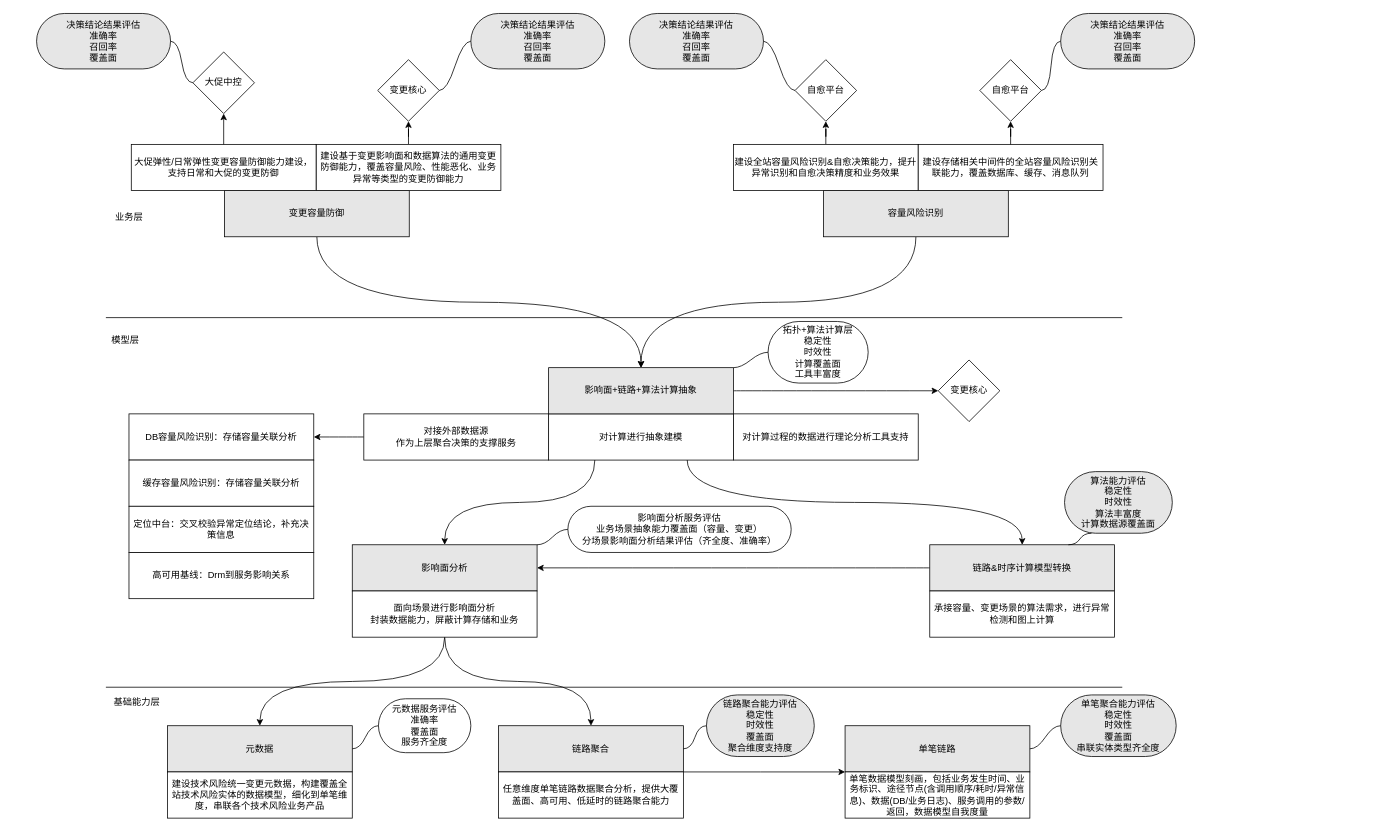
Earlier version of the draw.io diagram 蚂蚁金服/OKR组织.drawio (frankneu/draw.io). Source tidied: cells renumbered, new cells numbered last; positions are measured from the earlier drawing's top-left corner, leaving out a move shared by most shapes. Both pictures are drawn from the tidied source at 77%, with x=0, y=0 at pixel (36, 13).
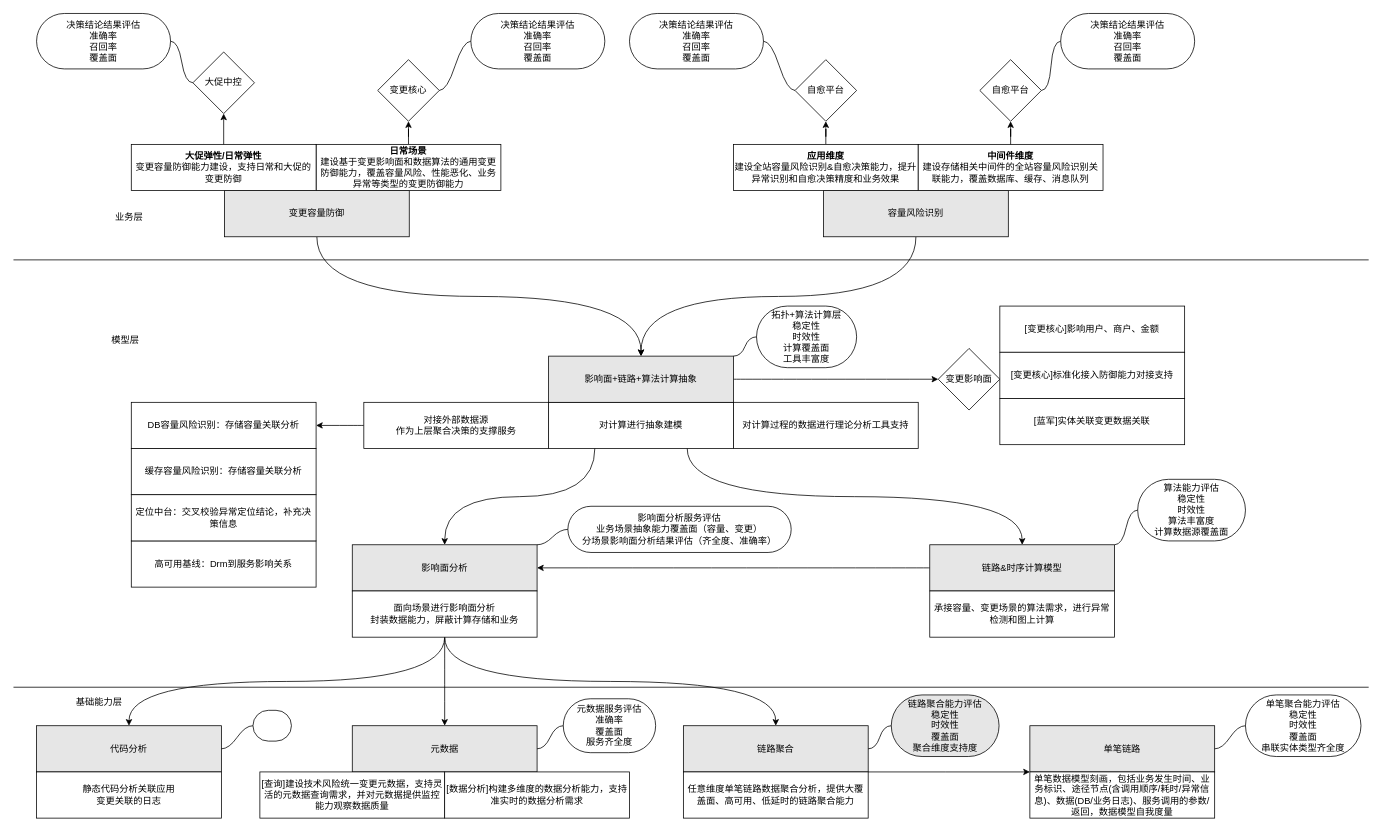
Above is the later version.

Unchanged cells that the change refers to:
```xml
<mxCell id="20" value="面向场景进行影响面分析&lt;br&gt;封装数据能力，屏蔽计算存储和业务" style="rounded=0;whiteSpace=wrap;html=1;" parent="1" vertex="1">
  <mxGeometry x="410" y="750" width="240" height="60" as="geometry" />
</mxCell>
<mxCell id="53" value="&lt;span&gt;变更核心&lt;/span&gt;" style="rhombus;whiteSpace=wrap;html=1;rounded=0;" parent="1" vertex="1">
  <mxGeometry x="443" y="60" width="80" height="80" as="geometry" />
</mxCell>
<mxCell id="54" value="自愈平台" style="rhombus;whiteSpace=wrap;html=1;rounded=0;" parent="1" vertex="1">
  <mxGeometry x="985" y="60" width="80" height="80" as="geometry" />
</mxCell>
<mxCell id="64" value="&lt;span&gt;大促中控&lt;/span&gt;" style="rhombus;whiteSpace=wrap;html=1;rounded=0;" parent="1" vertex="1">
  <mxGeometry x="203" y="50" width="80" height="80" as="geometry" />
</mxCell>
<mxCell id="69" value="自愈平台" style="rhombus;whiteSpace=wrap;html=1;rounded=0;" parent="1" vertex="1">
  <mxGeometry x="1225" y="60" width="80" height="80" as="geometry" />
</mxCell>
```

Change to the diagram source:
```diff
@@
     <mxCell id="6" value="元数据" style="rounded=0;whiteSpace=wrap;html=1;fillColor=#E6E6E6;" parent="1" vertex="1">
-      <mxGeometry x="170" y="925" width="240" height="60" as="geometry" />
+      <mxGeometry x="410" y="925" width="240" height="60" as="geometry" />
     </mxCell>
@@
     <mxCell id="8" value="链路聚合" style="rounded=0;whiteSpace=wrap;html=1;fillColor=#E6E6E6;" parent="1" vertex="1">
-      <mxGeometry x="600" y="925" width="240" height="60" as="geometry" />
+      <mxGeometry x="840" y="925" width="240" height="60" as="geometry" />
     </mxCell>
@@
-    <mxCell id="10" value="建设基于变更影响面和数据算法的通用变更防御能力，覆盖容量风险、性能恶化、业务异常等类型的变更防御能力" style="rounded=0;whiteSpace=wrap;html=1;" parent="1" vertex="1">
+    <mxCell id="10" value="&lt;b&gt;日常场景&lt;/b&gt;&lt;br&gt;建设基于变更影响面和数据算法的通用变更防御能力，覆盖容量风险、性能恶化、业务异常等类型的变更防御能力" style="rounded=0;whiteSpace=wrap;html=1;" parent="1" vertex="1">
       <mxGeometry x="363" y="170" width="240" height="60" as="geometry" />
     </mxCell>
@@
-    <mxCell id="12" value="建设全站容量风险识别&amp;amp;自愈决策能力，提升异常识别和自愈决策精度和业务效果" style="rounded=0;whiteSpace=wrap;html=1;" parent="1" vertex="1">
+    <mxCell id="12" value="&lt;b&gt;应用维度&lt;/b&gt;&lt;br&gt;建设全站容量风险识别&amp;amp;自愈决策能力，提升异常识别和自愈决策精度和业务效果" style="rounded=0;whiteSpace=wrap;html=1;" parent="1" vertex="1">
       <mxGeometry x="905" y="170" width="240" height="60" as="geometry" />
     </mxCell>
     <mxCell id="13" style="edgeStyle=orthogonalEdgeStyle;rounded=0;jettySize=auto;html=1;exitX=1;exitY=0;exitDx=0;exitDy=0;entryX=0;entryY=0;entryDx=0;entryDy=0;" parent="1" edge="1" source="14" target="17">
       <mxGeometry relative="1" as="geometry">
         <Array as="points">
-          <mxPoint x="940" y="985" />
-          <mxPoint x="940" y="985" />
+          <mxPoint x="1180" y="985" />
+          <mxPoint x="1180" y="985" />
         </Array>
       </mxGeometry>
     </mxCell>
     <mxCell id="14" value="&lt;span&gt;任意维度单笔链路数据聚合分析，提供大覆盖面、高可用、低延时的链路聚合能力&lt;/span&gt;" style="rounded=0;whiteSpace=wrap;html=1;" parent="1" vertex="1">
-      <mxGeometry x="600" y="985" width="240" height="60" as="geometry" />
+      <mxGeometry x="840" y="985" width="240" height="60" as="geometry" />
     </mxCell>
-    <mxCell id="15" value="建设技术风险统一变更元数据，构建覆盖全站技术风险实体的数据模型，细化到单笔维度，串联各个技术风险业务产品" style="rounded=0;whiteSpace=wrap;html=1;" parent="1" vertex="1">
-      <mxGeometry x="170" y="985" width="240" height="60" as="geometry" />
+    <mxCell id="15" value="[查询]建设技术风险统一变更元数据，支持灵活的元数据查询需求，并对元数据提供监控能力观察数据质量" style="rounded=0;whiteSpace=wrap;html=1;" parent="1" vertex="1">
+      <mxGeometry x="290" y="985" width="240" height="60" as="geometry" />
     </mxCell>
     <mxCell id="16" value="单笔链路" style="rounded=0;whiteSpace=wrap;html=1;fillColor=#E6E6E6;" parent="1" vertex="1">
-      <mxGeometry x="1050" y="925" width="240" height="60" as="geometry" />
+      <mxGeometry x="1290" y="925" width="240" height="60" as="geometry" />
     </mxCell>
     <mxCell id="17" value="单笔数据模型刻画，包括业务发生时间、业务标识、途径节点(含调用顺序/耗时/异常信息)、数据(DB/业务日志)、服务调用的参数/返回，数据模型自我度量" style="rounded=0;whiteSpace=wrap;html=1;" parent="1" vertex="1">
-      <mxGeometry x="1050" y="985" width="240" height="60" as="geometry" />
+      <mxGeometry x="1290" y="985" width="240" height="60" as="geometry" />
     </mxCell>
@@
+    <mxCell id="70" style="edgeStyle=orthogonalEdgeStyle;rounded=0;jettySize=auto;html=1;exitX=0.5;exitY=1;exitDx=0;exitDy=0;curved=1;" parent="1" edge="1" source="20" target="74">
+      <mxGeometry relative="1" as="geometry" />
+    </mxCell>
@@
     <mxCell id="21" value="对计算进行抽象建模" style="rounded=0;whiteSpace=wrap;html=1;" parent="1" vertex="1">
-      <mxGeometry x="665" y="520" width="240" height="60" as="geometry" />
+      <mxGeometry x="665" y="505" width="240" height="60" as="geometry" />
     </mxCell>
@@
     <mxCell id="25" value="影响面+链路+算法计算抽象" style="rounded=0;whiteSpace=wrap;html=1;fillColor=#E6E6E6;" parent="1" vertex="1">
-      <mxGeometry x="665" y="460" width="240" height="60" as="geometry" />
+      <mxGeometry x="665" y="445" width="240" height="60" as="geometry" />
     </mxCell>
@@
-    <mxCell id="27" value="链路&amp;amp;时序计算模型转换" style="rounded=0;whiteSpace=wrap;html=1;fillColor=#E6E6E6;" parent="1" vertex="1">
+    <mxCell id="27" value="链路&amp;amp;时序计算模型" style="rounded=0;whiteSpace=wrap;html=1;fillColor=#E6E6E6;" parent="1" vertex="1">
       <mxGeometry x="1160" y="690" width="240" height="60" as="geometry" />
     </mxCell>
@@
     <mxCell id="30" value="对接外部数据源&lt;br&gt;作为上层聚合决策的支撑服务" style="rounded=0;whiteSpace=wrap;html=1;fillColor=#FFFFFF;" parent="1" vertex="1">
-      <mxGeometry x="425" y="520" width="240" height="60" as="geometry" />
+      <mxGeometry x="425" y="505" width="240" height="60" as="geometry" />
     </mxCell>
     <mxCell id="31" value="DB容量风险识别：存储容量关联分析" style="rounded=0;whiteSpace=wrap;html=1;fillColor=#FFFFFF;" parent="1" vertex="1">
-      <mxGeometry x="120" y="520" width="240" height="60" as="geometry" />
+      <mxGeometry x="123" y="505" width="240" height="60" as="geometry" />
     </mxCell>
     <mxCell id="32" value="缓存容量风险识别：存储容量关联分析" style="rounded=0;whiteSpace=wrap;html=1;fillColor=#FFFFFF;" parent="1" vertex="1">
-      <mxGeometry x="120" y="580" width="240" height="60" as="geometry" />
+      <mxGeometry x="123" y="565" width="240" height="60" as="geometry" />
     </mxCell>
     <mxCell id="33" value="高可用基线：Drm到服务影响关系" style="rounded=0;whiteSpace=wrap;html=1;fillColor=#FFFFFF;" parent="1" vertex="1">
-      <mxGeometry x="120" y="700" width="240" height="60" as="geometry" />
+      <mxGeometry x="123" y="685" width="240" height="60" as="geometry" />
     </mxCell>
     <mxCell id="34" value="定位中台：交叉校验异常定位结论，补充决策信息" style="rounded=0;whiteSpace=wrap;html=1;fillColor=#FFFFFF;" parent="1" vertex="1">
-      <mxGeometry x="120" y="640" width="240" height="60" as="geometry" />
+      <mxGeometry x="123" y="625" width="240" height="60" as="geometry" />
     </mxCell>
     <mxCell id="35" style="endArrow=none;html=1;fillColor=#E6E6E6;" parent="1" edge="1">
       <mxGeometry relative="1" as="geometry">
-        <mxPoint x="90" y="395" as="sourcePoint" />
-        <mxPoint x="1410" y="395" as="targetPoint" />
+        <mxPoint x="-30" y="320" as="sourcePoint" />
+        <mxPoint x="1730" y="320" as="targetPoint" />
       </mxGeometry>
     </mxCell>
     <mxCell id="36" style="endArrow=none;html=1;fillColor=#E6E6E6;" parent="1" edge="1">
       <mxGeometry relative="1" as="geometry">
-        <mxPoint x="90" y="875" as="sourcePoint" />
-        <mxPoint x="1410" y="875" as="targetPoint" />
+        <mxPoint x="-30" y="875" as="sourcePoint" />
+        <mxPoint x="1730" y="875" as="targetPoint" />
       </mxGeometry>
     </mxCell>
@@
     <mxCell id="39" value="基础能力层" style="text;html=1;align=center;verticalAlign=middle;strokeColor=none;" parent="1" vertex="1">
-      <mxGeometry x="90" y="885" width="80" height="20" as="geometry" />
+      <mxGeometry x="41" y="885" width="80" height="20" as="geometry" />
     </mxCell>
-    <mxCell id="40" value="变更核心" style="rhombus;whiteSpace=wrap;html=1;fillColor=#FFFFFF;" parent="1" vertex="1">
-      <mxGeometry x="1171" y="450" width="80" height="80" as="geometry" />
+    <mxCell id="40" value="变更影响面" style="rhombus;whiteSpace=wrap;html=1;fillColor=#FFFFFF;" parent="1" vertex="1">
+      <mxGeometry x="1171" y="435" width="80" height="80" as="geometry" />
     </mxCell>
-    <mxCell id="41" value="决策结论结果评估&lt;br&gt;准确率&lt;br&gt;召回率&lt;br&gt;覆盖面" style="whiteSpace=wrap;html=1;rounded=1;arcSize=50;align=center;verticalAlign=middle;strokeWidth=1;spacing=4;newEdgeStyle={&quot;edgeStyle&quot;:&quot;entityRelationEdgeStyle&quot;,&quot;startArrow&quot;:&quot;none&quot;,&quot;endArrow&quot;:&quot;none&quot;,&quot;segment&quot;:10,&quot;curved&quot;:1};fillColor=#E6E6E6;" parent="1" vertex="1">
+    <mxCell id="41" value="决策结论结果评估&lt;br&gt;准确率&lt;br&gt;召回率&lt;br&gt;覆盖面" style="whiteSpace=wrap;html=1;rounded=1;arcSize=50;align=center;verticalAlign=middle;strokeWidth=1;spacing=4;newEdgeStyle={&quot;edgeStyle&quot;:&quot;entityRelationEdgeStyle&quot;,&quot;startArrow&quot;:&quot;none&quot;,&quot;endArrow&quot;:&quot;none&quot;,&quot;segment&quot;:10,&quot;curved&quot;:1};fillColor=#FFFFFF;" parent="1" vertex="1">
       <mxGeometry x="564" width="174" height="72" as="geometry" />
     </mxCell>
-    <mxCell id="42" style="edgeStyle=entityRelationEdgeStyle;startArrow=none;endArrow=none;segment=10;curved=1;exitX=1;exitY=0.5;exitDx=0;exitDy=0;" parent="1" edge="1" source="53" target="41">
+    <mxCell id="42" style="edgeStyle=entityRelationEdgeStyle;startArrow=none;endArrow=none;segment=10;curved=1;exitX=1;exitY=0.5;exitDx=0;exitDy=0;fillColor=#FFFFFF;" parent="1" edge="1" source="53" target="41">
       <mxGeometry relative="1" as="geometry" />
     </mxCell>
-    <mxCell id="43" value="决策结论结果评估&lt;br&gt;准确率&lt;br&gt;召回率&lt;br&gt;覆盖面" style="whiteSpace=wrap;html=1;rounded=1;arcSize=50;align=center;verticalAlign=middle;strokeWidth=1;spacing=4;newEdgeStyle={&quot;edgeStyle&quot;:&quot;entityRelationEdgeStyle&quot;,&quot;startArrow&quot;:&quot;none&quot;,&quot;endArrow&quot;:&quot;none&quot;,&quot;segment&quot;:10,&quot;curved&quot;:1};fillColor=#E6E6E6;" parent="1" vertex="1">
+    <mxCell id="43" value="决策结论结果评估&lt;br&gt;准确率&lt;br&gt;召回率&lt;br&gt;覆盖面" style="whiteSpace=wrap;html=1;rounded=1;arcSize=50;align=center;verticalAlign=middle;strokeWidth=1;spacing=4;newEdgeStyle={&quot;edgeStyle&quot;:&quot;entityRelationEdgeStyle&quot;,&quot;startArrow&quot;:&quot;none&quot;,&quot;endArrow&quot;:&quot;none&quot;,&quot;segment&quot;:10,&quot;curved&quot;:1};fillColor=#FFFFFF;" parent="1" vertex="1">
       <mxGeometry x="770" width="174" height="72" as="geometry" />
     </mxCell>
-    <mxCell id="44" style="edgeStyle=entityRelationEdgeStyle;startArrow=none;endArrow=none;segment=10;curved=1;entryX=1;entryY=0.5;entryDx=0;entryDy=0;exitX=0;exitY=0.5;exitDx=0;exitDy=0;" parent="1" edge="1" source="54" target="43">
+    <mxCell id="44" style="edgeStyle=entityRelationEdgeStyle;startArrow=none;endArrow=none;segment=10;curved=1;entryX=1;entryY=0.5;entryDx=0;entryDy=0;exitX=0;exitY=0.5;exitDx=0;exitDy=0;fillColor=#FFFFFF;" parent="1" edge="1" source="54" target="43">
       <mxGeometry relative="1" as="geometry" />
     </mxCell>
     <mxCell id="45" value="链路聚合能力评估&lt;br&gt;稳定性&lt;br&gt;时效性&lt;br&gt;覆盖面&lt;br&gt;聚合维度支持度" style="whiteSpace=wrap;html=1;rounded=1;arcSize=50;align=center;verticalAlign=middle;strokeWidth=1;spacing=4;newEdgeStyle={&quot;edgeStyle&quot;:&quot;entityRelationEdgeStyle&quot;,&quot;startArrow&quot;:&quot;none&quot;,&quot;endArrow&quot;:&quot;none&quot;,&quot;segment&quot;:10,&quot;curved&quot;:1};fillColor=#E6E6E6;" parent="1" vertex="1">
-      <mxGeometry x="870" y="885" width="140" height="80" as="geometry" />
+      <mxGeometry x="1110" y="885" width="140" height="80" as="geometry" />
     </mxCell>
@@
-    <mxCell id="47" value="单笔聚合能力评估&lt;br&gt;稳定性&lt;br&gt;时效性&lt;br&gt;覆盖面&lt;br&gt;串联实体类型齐全度" style="whiteSpace=wrap;html=1;rounded=1;arcSize=50;align=center;verticalAlign=middle;strokeWidth=1;spacing=4;newEdgeStyle={&quot;edgeStyle&quot;:&quot;entityRelationEdgeStyle&quot;,&quot;startArrow&quot;:&quot;none&quot;,&quot;endArrow&quot;:&quot;none&quot;,&quot;segment&quot;:10,&quot;curved&quot;:1};fillColor=#E6E6E6;" parent="1" vertex="1">
-      <mxGeometry x="1330" y="885" width="150" height="80" as="geometry" />
+    <mxCell id="47" value="单笔聚合能力评估&lt;br&gt;稳定性&lt;br&gt;时效性&lt;br&gt;覆盖面&lt;br&gt;串联实体类型齐全度" style="whiteSpace=wrap;html=1;rounded=1;arcSize=50;align=center;verticalAlign=middle;strokeWidth=1;spacing=4;newEdgeStyle={&quot;edgeStyle&quot;:&quot;entityRelationEdgeStyle&quot;,&quot;startArrow&quot;:&quot;none&quot;,&quot;endArrow&quot;:&quot;none&quot;,&quot;segment&quot;:10,&quot;curved&quot;:1};fillColor=#FFFFFF;" parent="1" vertex="1">
+      <mxGeometry x="1570" y="885" width="150" height="80" as="geometry" />
     </mxCell>
-    <mxCell id="48" style="edgeStyle=entityRelationEdgeStyle;startArrow=none;endArrow=none;segment=10;curved=1;" parent="1" edge="1" source="16" target="47">
+    <mxCell id="48" style="edgeStyle=entityRelationEdgeStyle;startArrow=none;endArrow=none;segment=10;curved=1;fillColor=#FFFFFF;" parent="1" edge="1" source="16" target="47">
       <mxGeometry relative="1" as="geometry" />
     </mxCell>
-    <mxCell id="49" value="算法能力评估&lt;br&gt;稳定性&lt;br&gt;时效性&lt;br&gt;算法丰富度&lt;br&gt;计算数据源覆盖面" style="whiteSpace=wrap;html=1;rounded=1;arcSize=50;align=center;verticalAlign=middle;strokeWidth=1;spacing=4;newEdgeStyle={&quot;edgeStyle&quot;:&quot;entityRelationEdgeStyle&quot;,&quot;startArrow&quot;:&quot;none&quot;,&quot;endArrow&quot;:&quot;none&quot;,&quot;segment&quot;:10,&quot;curved&quot;:1};fillColor=#E6E6E6;" parent="1" vertex="1">
-      <mxGeometry x="1335" y="595" width="140" height="80" as="geometry" />
+    <mxCell id="49" value="算法能力评估&lt;br&gt;稳定性&lt;br&gt;时效性&lt;br&gt;算法丰富度&lt;br&gt;计算数据源覆盖面" style="whiteSpace=wrap;html=1;rounded=1;arcSize=50;align=center;verticalAlign=middle;strokeWidth=1;spacing=4;newEdgeStyle={&quot;edgeStyle&quot;:&quot;entityRelationEdgeStyle&quot;,&quot;startArrow&quot;:&quot;none&quot;,&quot;endArrow&quot;:&quot;none&quot;,&quot;segment&quot;:10,&quot;curved&quot;:1};fillColor=#FFFFFF;" parent="1" vertex="1">
+      <mxGeometry x="1430" y="605" width="140" height="80" as="geometry" />
     </mxCell>
-    <mxCell id="50" style="edgeStyle=entityRelationEdgeStyle;startArrow=none;endArrow=none;segment=10;curved=1;entryX=0.25;entryY=1;entryDx=0;entryDy=0;exitX=0.75;exitY=0;exitDx=0;exitDy=0;" parent="1" edge="1" source="27" target="49">
+    <mxCell id="50" style="edgeStyle=entityRelationEdgeStyle;startArrow=none;endArrow=none;segment=10;curved=1;entryX=0;entryY=0.5;entryDx=0;entryDy=0;exitX=1;exitY=0;exitDx=0;exitDy=0;fillColor=#FFFFFF;" parent="1" edge="1" source="27" target="49">
       <mxGeometry relative="1" as="geometry" />
     </mxCell>
     <mxCell id="51" value="元数据服务评估&lt;br&gt;准确率&lt;br&gt;覆盖面&lt;br&gt;服务齐全度" style="whiteSpace=wrap;html=1;rounded=1;arcSize=50;align=center;verticalAlign=middle;strokeWidth=1;spacing=4;newEdgeStyle={&quot;edgeStyle&quot;:&quot;entityRelationEdgeStyle&quot;,&quot;startArrow&quot;:&quot;none&quot;,&quot;endArrow&quot;:&quot;none&quot;,&quot;segment&quot;:10,&quot;curved&quot;:1};" parent="1" vertex="1">
-      <mxGeometry x="444" y="890" width="120" height="70" as="geometry" />
+      <mxGeometry x="684" y="890" width="120" height="70" as="geometry" />
     </mxCell>
@@
     <mxCell id="57" value="拓扑+算法计算层&lt;br&gt;稳定性&lt;br&gt;时效性&lt;br&gt;计算覆盖面&lt;br&gt;工具丰富度" style="whiteSpace=wrap;html=1;rounded=1;arcSize=50;align=center;verticalAlign=middle;strokeWidth=1;spacing=4;newEdgeStyle={&quot;edgeStyle&quot;:&quot;entityRelationEdgeStyle&quot;,&quot;startArrow&quot;:&quot;none&quot;,&quot;endArrow&quot;:&quot;none&quot;,&quot;segment&quot;:10,&quot;curved&quot;:1};" parent="1" vertex="1">
-      <mxGeometry x="950" y="400" width="130" height="80" as="geometry" />
+      <mxGeometry x="935" y="380" width="130" height="80" as="geometry" />
     </mxCell>
@@
     <mxCell id="59" value="对计算过程的数据进行理论分析工具支持" style="rounded=0;whiteSpace=wrap;html=1;" parent="1" vertex="1">
-      <mxGeometry x="905" y="520" width="240" height="60" as="geometry" />
+      <mxGeometry x="905" y="505" width="240" height="60" as="geometry" />
     </mxCell>
-    <mxCell id="60" value="大促弹性/日常弹性变更容量防御能力建设，支持日常和大促的变更防御" style="rounded=0;whiteSpace=wrap;html=1;fillColor=#FFFFFF;" parent="1" vertex="1">
+    <mxCell id="60" value="&lt;b&gt;大促弹性/日常弹性&lt;/b&gt;&lt;br&gt;变更容量防御能力建设，支持日常和大促的变更防御" style="rounded=0;whiteSpace=wrap;html=1;fillColor=#FFFFFF;" parent="1" vertex="1">
       <mxGeometry x="123" y="170" width="240" height="60" as="geometry" />
     </mxCell>
@@
-    <mxCell id="62" value="决策结论结果评估&lt;br&gt;准确率&lt;br&gt;召回率&lt;br&gt;覆盖面" style="whiteSpace=wrap;html=1;rounded=1;arcSize=50;align=center;verticalAlign=middle;strokeWidth=1;spacing=4;newEdgeStyle={&quot;edgeStyle&quot;:&quot;entityRelationEdgeStyle&quot;,&quot;startArrow&quot;:&quot;none&quot;,&quot;endArrow&quot;:&quot;none&quot;,&quot;segment&quot;:10,&quot;curved&quot;:1};fillColor=#E6E6E6;" parent="1" vertex="1">
+    <mxCell id="62" value="决策结论结果评估&lt;br&gt;准确率&lt;br&gt;召回率&lt;br&gt;覆盖面" style="whiteSpace=wrap;html=1;rounded=1;arcSize=50;align=center;verticalAlign=middle;strokeWidth=1;spacing=4;newEdgeStyle={&quot;edgeStyle&quot;:&quot;entityRelationEdgeStyle&quot;,&quot;startArrow&quot;:&quot;none&quot;,&quot;endArrow&quot;:&quot;none&quot;,&quot;segment&quot;:10,&quot;curved&quot;:1};fillColor=#FFFFFF;" parent="1" vertex="1">
       <mxGeometry width="174" height="72" as="geometry" />
     </mxCell>
-    <mxCell id="63" style="edgeStyle=entityRelationEdgeStyle;startArrow=none;endArrow=none;segment=10;curved=1;exitX=0;exitY=0.5;exitDx=0;exitDy=0;" parent="1" edge="1" source="64" target="62">
+    <mxCell id="63" style="edgeStyle=entityRelationEdgeStyle;startArrow=none;endArrow=none;segment=10;curved=1;exitX=0;exitY=0.5;exitDx=0;exitDy=0;fillColor=#FFFFFF;" parent="1" edge="1" source="64" target="62">
       <mxGeometry relative="1" as="geometry" />
     </mxCell>
@@
-    <mxCell id="65" value="建设存储相关中间件的全站容量风险识别关联能力，覆盖数据库、缓存、消息队列" style="rounded=0;whiteSpace=wrap;html=1;" parent="1" vertex="1">
+    <mxCell id="65" value="&lt;b&gt;中间件维度&lt;/b&gt;&lt;br&gt;建设存储相关中间件的全站容量风险识别关联能力，覆盖数据库、缓存、消息队列" style="rounded=0;whiteSpace=wrap;html=1;" parent="1" vertex="1">
       <mxGeometry x="1145" y="170" width="240" height="60" as="geometry" />
     </mxCell>
@@
-    <mxCell id="67" value="决策结论结果评估&lt;br&gt;准确率&lt;br&gt;召回率&lt;br&gt;覆盖面" style="whiteSpace=wrap;html=1;rounded=1;arcSize=50;align=center;verticalAlign=middle;strokeWidth=1;spacing=4;newEdgeStyle={&quot;edgeStyle&quot;:&quot;entityRelationEdgeStyle&quot;,&quot;startArrow&quot;:&quot;none&quot;,&quot;endArrow&quot;:&quot;none&quot;,&quot;segment&quot;:10,&quot;curved&quot;:1};fillColor=#E6E6E6;" parent="1" vertex="1">
+    <mxCell id="67" value="决策结论结果评估&lt;br&gt;准确率&lt;br&gt;召回率&lt;br&gt;覆盖面" style="whiteSpace=wrap;html=1;rounded=1;arcSize=50;align=center;verticalAlign=middle;strokeWidth=1;spacing=4;newEdgeStyle={&quot;edgeStyle&quot;:&quot;entityRelationEdgeStyle&quot;,&quot;startArrow&quot;:&quot;none&quot;,&quot;endArrow&quot;:&quot;none&quot;,&quot;segment&quot;:10,&quot;curved&quot;:1};fillColor=#FFFFFF;" parent="1" vertex="1">
       <mxGeometry x="1330" width="174" height="72" as="geometry" />
     </mxCell>
-    <mxCell id="68" style="edgeStyle=entityRelationEdgeStyle;startArrow=none;endArrow=none;segment=10;curved=1;entryX=0;entryY=0.5;entryDx=0;entryDy=0;exitX=1;exitY=0.5;exitDx=0;exitDy=0;" parent="1" edge="1" source="69" target="67">
+    <mxCell id="68" style="edgeStyle=entityRelationEdgeStyle;startArrow=none;endArrow=none;segment=10;curved=1;entryX=0;entryY=0.5;entryDx=0;entryDy=0;exitX=1;exitY=0.5;exitDx=0;exitDy=0;fillColor=#FFFFFF;" parent="1" edge="1" source="69" target="67">
       <mxGeometry relative="1" as="geometry" />
     </mxCell>
@@
+    <mxCell id="71" value="[变更核心]影响用户、商户、金额" style="rounded=0;whiteSpace=wrap;html=1;" parent="1" vertex="1">
+      <mxGeometry x="1251" y="380" width="240" height="60" as="geometry" />
+    </mxCell>
+    <mxCell id="72" value="[变更核心]标准化接入防御能力对接支持" style="rounded=0;whiteSpace=wrap;html=1;" parent="1" vertex="1">
+      <mxGeometry x="1251" y="440" width="240" height="60" as="geometry" />
+    </mxCell>
+    <mxCell id="73" value="[蓝军]实体关联变更数据关联" style="rounded=0;whiteSpace=wrap;html=1;" parent="1" vertex="1">
+      <mxGeometry x="1251" y="500" width="240" height="60" as="geometry" />
+    </mxCell>
+    <mxCell id="74" value="代码分析" style="rounded=0;whiteSpace=wrap;html=1;fillColor=#E6E6E6;" parent="1" vertex="1">
+      <mxGeometry y="925" width="240" height="60" as="geometry" />
+    </mxCell>
+    <mxCell id="75" value="静态代码分析关联应用&lt;br&gt;变更关联的日志" style="rounded=0;whiteSpace=wrap;html=1;" parent="1" vertex="1">
+      <mxGeometry y="985" width="240" height="60" as="geometry" />
+    </mxCell>
+    <mxCell id="76" style="whiteSpace=wrap;html=1;rounded=1;arcSize=50;align=center;verticalAlign=middle;strokeWidth=1;spacing=4;newEdgeStyle={&quot;edgeStyle&quot;:&quot;entityRelationEdgeStyle&quot;,&quot;startArrow&quot;:&quot;none&quot;,&quot;endArrow&quot;:&quot;none&quot;,&quot;segment&quot;:10,&quot;curved&quot;:1};" parent="1" vertex="1">
+      <mxGeometry x="281" y="905" width="50" height="40" as="geometry" />
+    </mxCell>
+    <mxCell id="77" style="edgeStyle=entityRelationEdgeStyle;startArrow=none;endArrow=none;segment=10;curved=1;" parent="1" edge="1" source="74" target="76">
+      <mxGeometry relative="1" as="geometry" />
+    </mxCell>
+    <mxCell id="78" value="[数据分析]构建多维度的数据分析能力，支持准实时的数据分析需求" style="rounded=0;whiteSpace=wrap;html=1;" parent="1" vertex="1">
+      <mxGeometry x="530" y="985" width="240" height="60" as="geometry" />
+    </mxCell>
```
